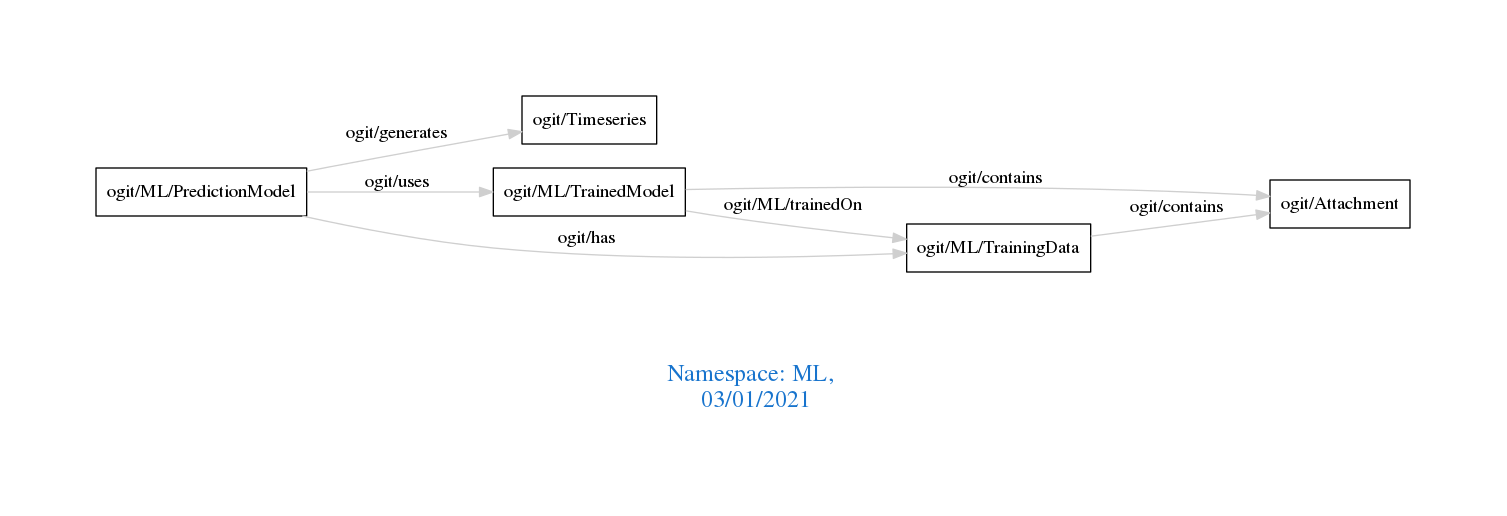
arago/OGIT keeps this Graphviz diagram as downloads/ML.png. Above is the earlier version. Its source is kept beside it as downloads/ML.dot.
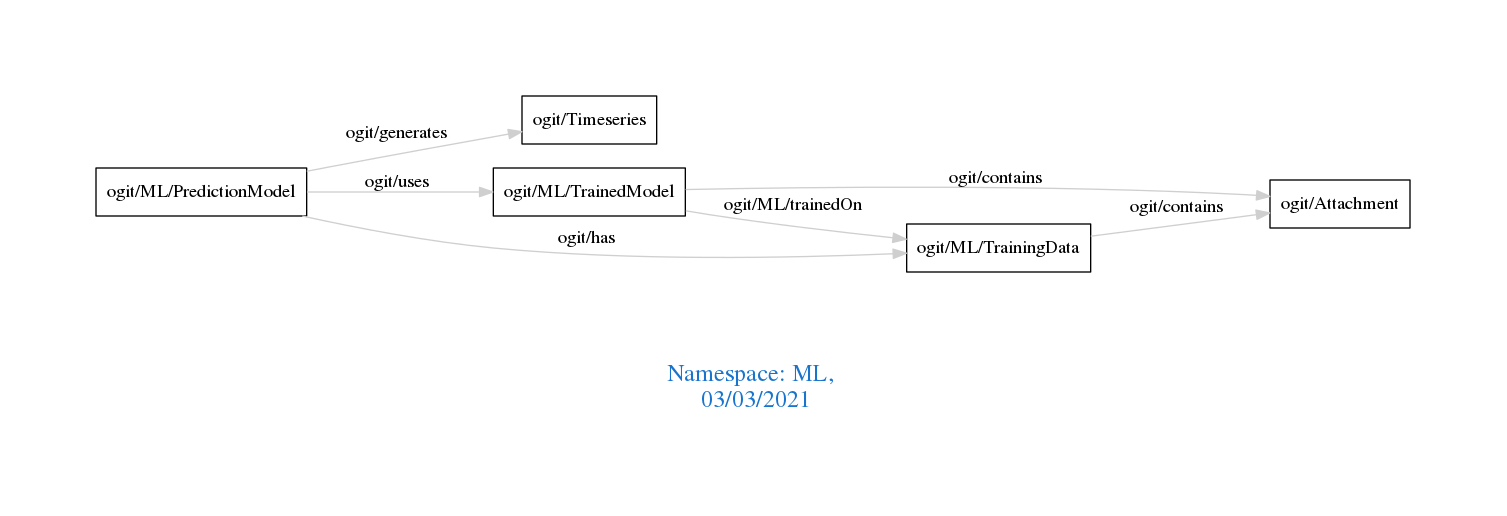
Above is the later version.

Diff of the diagram source:
```diff
@@ -1,7 +1,7 @@
 digraph OGIT_ontology {
  graph [ rankdir= LR,pad=1
 fontsize = 18,
-fontcolor= dodgerblue3,label = "\n\n\nNamespace: ML, \n 03/01/2021"];
+fontcolor= dodgerblue3,label = "\n\n\nNamespace: ML, \n 03/03/2021"];
 node[shape=polygon];
 edge [  color="gray81"];
 
```
